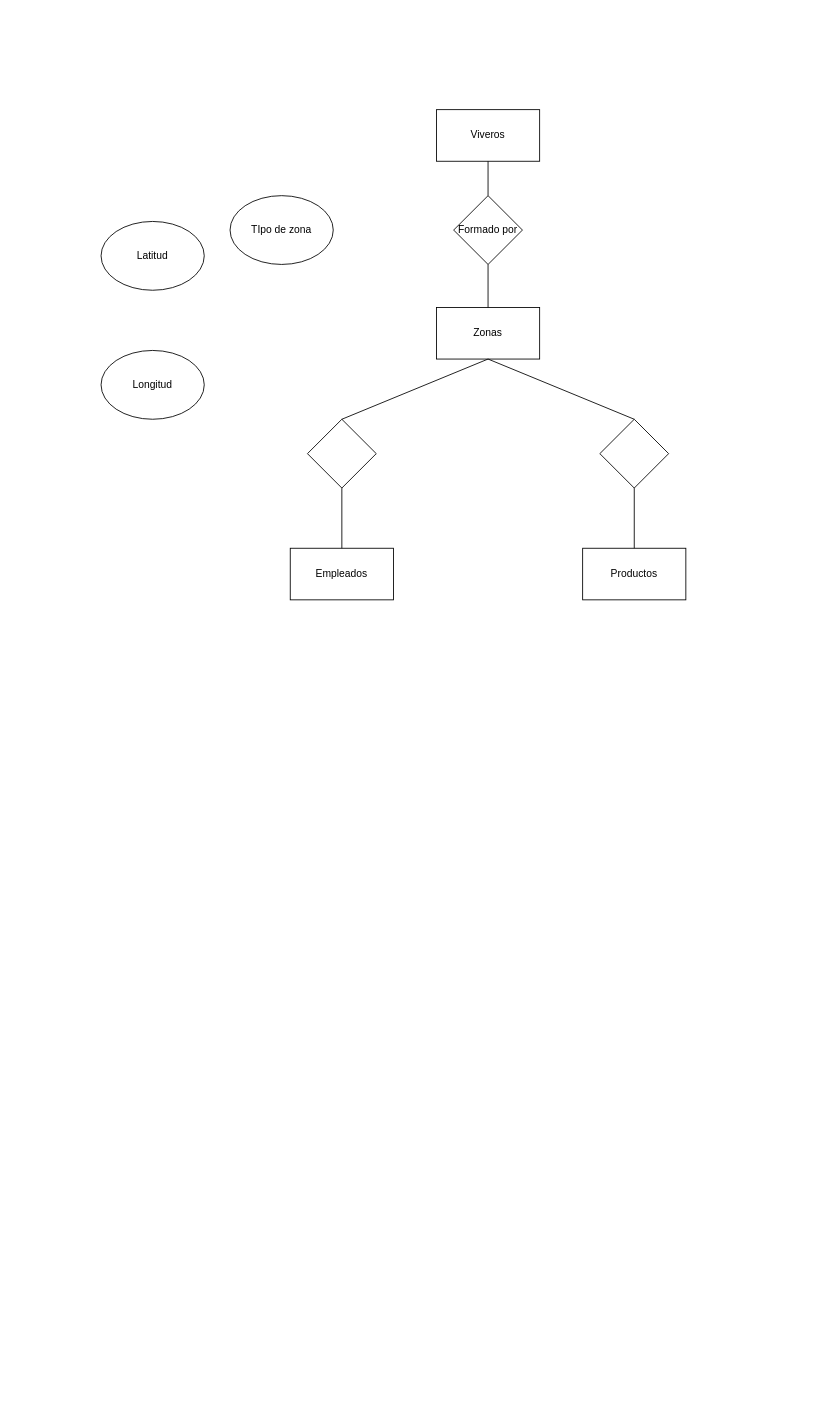
Above: Modelo entidad relacion/viveros.drawio in alu0101101507/ADBD (draw.io), before the change. Source tidied: cells renumbered, new cells numbered last; positions are measured from the earlier drawing's top-left corner, leaving out a move shared by most shapes. Both pictures are drawn from the tidied source at 86%, with x=0, y=0 at pixel (101, 109).
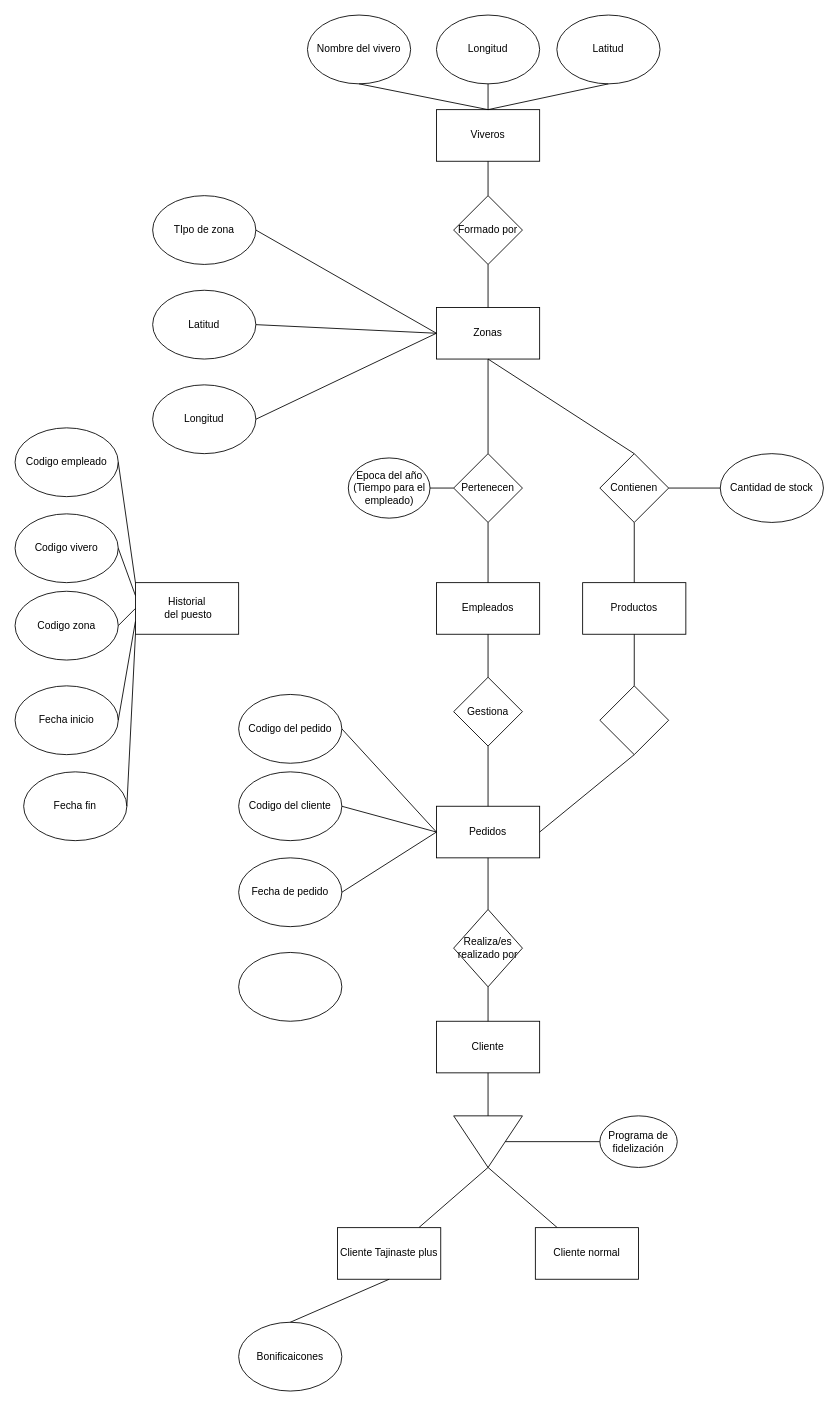
After the change.

Commit message (it also covers changes not shown here):
Actualizar Modelo entidad relacion/viveros.drawio

The change refers to these unchanged cells:
```xml
<mxCell id="2" value="&lt;div&gt;Zonas&lt;/div&gt;" style="rounded=0;whiteSpace=wrap;html=1;" parent="1" vertex="1">
  <mxGeometry x="390" y="230" width="120" height="60" as="geometry" />
</mxCell>
<mxCell id="9" value="Viveros" style="rounded=0;whiteSpace=wrap;html=1;" parent="1" vertex="1">
  <mxGeometry x="390" width="120" height="60" as="geometry" />
</mxCell>
```

Change to the diagram source:
```diff
@@
     <mxCell id="3" value="Latitud" style="ellipse;whiteSpace=wrap;html=1;" parent="1" vertex="1">
-      <mxGeometry y="130" width="120" height="80" as="geometry" />
+      <mxGeometry x="60" y="210" width="120" height="80" as="geometry" />
     </mxCell>
     <mxCell id="4" value="Longitud" style="ellipse;whiteSpace=wrap;html=1;" parent="1" vertex="1">
-      <mxGeometry y="280" width="120" height="80" as="geometry" />
+      <mxGeometry x="60" y="320" width="120" height="80" as="geometry" />
     </mxCell>
     <mxCell id="5" value="Empleados" style="rounded=0;whiteSpace=wrap;html=1;" parent="1" vertex="1">
-      <mxGeometry x="220" y="510" width="120" height="60" as="geometry" />
+      <mxGeometry x="390" y="550" width="120" height="60" as="geometry" />
     </mxCell>
-    <mxCell id="6" style="rhombus;whiteSpace=wrap;html=1;" parent="1" vertex="1">
-      <mxGeometry x="240" y="360" width="80" height="80" as="geometry" />
+    <mxCell id="6" value="&lt;div&gt;Pertenecen&lt;/div&gt;" style="rhombus;whiteSpace=wrap;html=1;" parent="1" vertex="1">
+      <mxGeometry x="410" y="400" width="80" height="80" as="geometry" />
     </mxCell>
@@
     <mxCell id="13" value="TIpo de zona" style="ellipse;whiteSpace=wrap;html=1;" parent="1" vertex="1">
-      <mxGeometry x="150" y="100" width="120" height="80" as="geometry" />
+      <mxGeometry x="60" y="100" width="120" height="80" as="geometry" />
     </mxCell>
     <mxCell id="14" value="&lt;div&gt;Productos&lt;/div&gt;" style="rounded=0;whiteSpace=wrap;html=1;" parent="1" vertex="1">
-      <mxGeometry x="560" y="510" width="120" height="60" as="geometry" />
+      <mxGeometry x="560" y="550" width="120" height="60" as="geometry" />
     </mxCell>
-    <mxCell id="15" style="rhombus;whiteSpace=wrap;html=1;" parent="1" vertex="1">
-      <mxGeometry x="580" y="360" width="80" height="80" as="geometry" />
+    <mxCell id="15" value="Contienen" style="rhombus;whiteSpace=wrap;html=1;" parent="1" vertex="1">
+      <mxGeometry x="580" y="400" width="80" height="80" as="geometry" />
     </mxCell>
@@
+    <mxCell id="18" value="Cantidad de stock" style="ellipse;whiteSpace=wrap;html=1;" parent="1" vertex="1">
+      <mxGeometry x="720" y="400" width="120" height="80" as="geometry" />
+    </mxCell>
+    <mxCell id="19" value="&lt;div&gt;Cliente&lt;/div&gt;" style="rounded=0;whiteSpace=wrap;html=1;" parent="1" vertex="1">
+      <mxGeometry x="390" y="1060" width="120" height="60" as="geometry" />
+    </mxCell>
+    <mxCell id="20" value="&lt;div&gt;Historial&lt;/div&gt;&lt;div&gt;&amp;nbsp;del puesto&lt;/div&gt;" style="rounded=0;whiteSpace=wrap;html=1;" parent="1" vertex="1">
+      <mxGeometry x="40" y="550" width="120" height="60" as="geometry" />
+    </mxCell>
+    <mxCell id="21" value="Codigo empleado" style="ellipse;whiteSpace=wrap;html=1;" parent="1" vertex="1">
+      <mxGeometry x="-100" y="370" width="120" height="80" as="geometry" />
+    </mxCell>
+    <mxCell id="22" value="&lt;div&gt;Codigo vivero&lt;/div&gt;" style="ellipse;whiteSpace=wrap;html=1;" parent="1" vertex="1">
+      <mxGeometry x="-100" y="470" width="120" height="80" as="geometry" />
+    </mxCell>
+    <mxCell id="23" value="Codigo zona" style="ellipse;whiteSpace=wrap;html=1;" parent="1" vertex="1">
+      <mxGeometry x="-100" y="560" width="120" height="80" as="geometry" />
+    </mxCell>
+    <mxCell id="24" value="&lt;div&gt;Fecha inicio&lt;br&gt;&lt;/div&gt;" style="ellipse;whiteSpace=wrap;html=1;" parent="1" vertex="1">
+      <mxGeometry x="-100" y="670" width="120" height="80" as="geometry" />
+    </mxCell>
+    <mxCell id="25" value="Fecha fin" style="ellipse;whiteSpace=wrap;html=1;" parent="1" vertex="1">
+      <mxGeometry x="-90" y="770" width="120" height="80" as="geometry" />
+    </mxCell>
+    <mxCell id="26" style="endArrow=none;html=1;rounded=0;exitX=1;exitY=0.5;exitDx=0;exitDy=0;entryX=0;entryY=0;entryDx=0;entryDy=0;" parent="1" edge="1" source="21" target="20">
+      <mxGeometry relative="1" as="geometry" />
+    </mxCell>
+    <mxCell id="27" style="endArrow=none;html=1;rounded=0;exitX=1;exitY=0.5;exitDx=0;exitDy=0;entryX=0;entryY=0.25;entryDx=0;entryDy=0;" parent="1" edge="1" source="22" target="20">
+      <mxGeometry relative="1" as="geometry" />
+    </mxCell>
+    <mxCell id="28" style="endArrow=none;html=1;rounded=0;exitX=1;exitY=0.5;exitDx=0;exitDy=0;entryX=0;entryY=0.5;entryDx=0;entryDy=0;" parent="1" edge="1" source="23" target="20">
+      <mxGeometry relative="1" as="geometry" />
+    </mxCell>
+    <mxCell id="29" style="endArrow=none;html=1;rounded=0;exitX=1;exitY=0.5;exitDx=0;exitDy=0;entryX=0;entryY=0.75;entryDx=0;entryDy=0;" parent="1" edge="1" source="24" target="20">
+      <mxGeometry relative="1" as="geometry" />
+    </mxCell>
+    <mxCell id="30" style="triangle;whiteSpace=wrap;html=1;direction=south;" parent="1" vertex="1">
+      <mxGeometry x="410" y="1170" width="80" height="60" as="geometry" />
+    </mxCell>
+    <mxCell id="31" style="endArrow=none;html=1;rounded=0;exitX=0.5;exitY=1;exitDx=0;exitDy=0;entryX=0;entryY=0.5;entryDx=0;entryDy=0;" parent="1" edge="1" source="19" target="30">
+      <mxGeometry relative="1" as="geometry" />
+    </mxCell>
+    <mxCell id="32" style="endArrow=none;html=1;rounded=0;exitX=1;exitY=0.5;exitDx=0;exitDy=0;" parent="1" edge="1" source="30" target="35">
+      <mxGeometry relative="1" as="geometry" />
+    </mxCell>
+    <mxCell id="33" style="endArrow=none;html=1;rounded=0;exitX=1;exitY=0.5;exitDx=0;exitDy=0;" parent="1" edge="1" source="30" target="34">
+      <mxGeometry relative="1" as="geometry" />
+    </mxCell>
+    <mxCell id="34" value="Cliente normal" style="rounded=0;whiteSpace=wrap;html=1;" parent="1" vertex="1">
+      <mxGeometry x="505" y="1300" width="120" height="60" as="geometry" />
+    </mxCell>
+    <mxCell id="35" value="Cliente Tajinaste plus" style="rounded=0;whiteSpace=wrap;html=1;" parent="1" vertex="1">
+      <mxGeometry x="275" y="1300" width="120" height="60" as="geometry" />
+    </mxCell>
+    <mxCell id="36" value="Gestiona" style="rhombus;whiteSpace=wrap;html=1;" parent="1" vertex="1">
+      <mxGeometry x="410" y="660" width="80" height="80" as="geometry" />
+    </mxCell>
+    <mxCell id="37" style="endArrow=none;html=1;rounded=0;exitX=0.5;exitY=1;exitDx=0;exitDy=0;entryX=0.5;entryY=0;entryDx=0;entryDy=0;" parent="1" edge="1" source="5" target="36">
+      <mxGeometry relative="1" as="geometry" />
+    </mxCell>
+    <mxCell id="38" value="&lt;div&gt;Pedidos&lt;/div&gt;" style="rounded=0;whiteSpace=wrap;html=1;" parent="1" vertex="1">
+      <mxGeometry x="390" y="810" width="120" height="60" as="geometry" />
+    </mxCell>
+    <mxCell id="39" style="endArrow=none;html=1;rounded=0;exitX=0.5;exitY=1;exitDx=0;exitDy=0;entryX=0.5;entryY=0;entryDx=0;entryDy=0;" parent="1" edge="1" source="36" target="38">
+      <mxGeometry relative="1" as="geometry" />
+    </mxCell>
+    <mxCell id="40" value="Realiza/es realizado por" style="rhombus;whiteSpace=wrap;html=1;" parent="1" vertex="1">
+      <mxGeometry x="410" y="930" width="80" height="90" as="geometry" />
+    </mxCell>
+    <mxCell id="41" style="endArrow=none;html=1;rounded=0;exitX=0.5;exitY=1;exitDx=0;exitDy=0;" parent="1" edge="1" source="38" target="40">
+      <mxGeometry relative="1" as="geometry" />
+    </mxCell>
+    <mxCell id="42" style="endArrow=none;html=1;rounded=0;exitX=0.5;exitY=1;exitDx=0;exitDy=0;entryX=0.5;entryY=0;entryDx=0;entryDy=0;" parent="1" edge="1" source="40" target="19">
+      <mxGeometry relative="1" as="geometry" />
+    </mxCell>
+    <mxCell id="43" style="endArrow=none;html=1;rounded=0;exitX=1;exitY=0.5;exitDx=0;exitDy=0;entryX=0;entryY=0.5;entryDx=0;entryDy=0;" parent="1" edge="1" source="13" target="2">
+      <mxGeometry relative="1" as="geometry" />
+    </mxCell>
+    <mxCell id="44" style="endArrow=none;html=1;rounded=0;exitX=1;exitY=0.5;exitDx=0;exitDy=0;entryX=0;entryY=0.5;entryDx=0;entryDy=0;" parent="1" edge="1" source="3" target="2">
+      <mxGeometry relative="1" as="geometry" />
+    </mxCell>
+    <mxCell id="45" style="endArrow=none;html=1;rounded=0;exitX=1;exitY=0.5;exitDx=0;exitDy=0;entryX=0;entryY=0.5;entryDx=0;entryDy=0;" parent="1" edge="1" source="4" target="2">
+      <mxGeometry relative="1" as="geometry" />
+    </mxCell>
+    <mxCell id="46" value="Latitud" style="ellipse;whiteSpace=wrap;html=1;" parent="1" vertex="1">
+      <mxGeometry x="530" y="-110" width="120" height="80" as="geometry" />
+    </mxCell>
+    <mxCell id="47" value="Longitud" style="ellipse;whiteSpace=wrap;html=1;" parent="1" vertex="1">
+      <mxGeometry x="390" y="-110" width="120" height="80" as="geometry" />
+    </mxCell>
+    <mxCell id="48" style="endArrow=none;html=1;rounded=0;exitX=0.5;exitY=1;exitDx=0;exitDy=0;entryX=0.5;entryY=0;entryDx=0;entryDy=0;" parent="1" edge="1" source="47" target="9">
+      <mxGeometry relative="1" as="geometry" />
+    </mxCell>
+    <mxCell id="49" style="endArrow=none;html=1;rounded=0;exitX=0.5;exitY=1;exitDx=0;exitDy=0;entryX=0.5;entryY=0;entryDx=0;entryDy=0;" parent="1" edge="1" source="46" target="9">
+      <mxGeometry relative="1" as="geometry" />
+    </mxCell>
+    <mxCell id="50" value="&lt;div&gt;Nombre del vivero&lt;/div&gt;" style="ellipse;whiteSpace=wrap;html=1;" parent="1" vertex="1">
+      <mxGeometry x="240" y="-110" width="120" height="80" as="geometry" />
+    </mxCell>
+    <mxCell id="51" style="endArrow=none;html=1;rounded=0;exitX=0.5;exitY=1;exitDx=0;exitDy=0;entryX=0.5;entryY=0;entryDx=0;entryDy=0;" parent="1" edge="1" source="50" target="9">
+      <mxGeometry relative="1" as="geometry" />
+    </mxCell>
+    <mxCell id="52" value="Programa de fidelización " style="ellipse;whiteSpace=wrap;html=1;" parent="1" vertex="1">
+      <mxGeometry x="580" y="1170" width="90" height="60" as="geometry" />
+    </mxCell>
+    <mxCell id="53" style="endArrow=none;html=1;rounded=0;exitX=0.5;exitY=0;exitDx=0;exitDy=0;entryX=0;entryY=0.5;entryDx=0;entryDy=0;" parent="1" edge="1" source="30" target="52">
+      <mxGeometry relative="1" as="geometry" />
+    </mxCell>
+    <mxCell id="54" style="endArrow=none;html=1;rounded=0;entryX=0;entryY=0.5;entryDx=0;entryDy=0;" parent="1" edge="1" target="18">
+      <mxGeometry relative="1" as="geometry">
+        <mxPoint x="660" y="440" as="sourcePoint" />
+      </mxGeometry>
+    </mxCell>
+    <mxCell id="55" value="Codigo del pedido" style="ellipse;whiteSpace=wrap;html=1;" parent="1" vertex="1">
+      <mxGeometry x="160" y="680" width="120" height="80" as="geometry" />
+    </mxCell>
+    <mxCell id="56" value="Codigo del cliente" style="ellipse;whiteSpace=wrap;html=1;" parent="1" vertex="1">
+      <mxGeometry x="160" y="770" width="120" height="80" as="geometry" />
+    </mxCell>
+    <mxCell id="57" value="Fecha de pedido" style="ellipse;whiteSpace=wrap;html=1;" parent="1" vertex="1">
+      <mxGeometry x="160" y="870" width="120" height="80" as="geometry" />
+    </mxCell>
+    <mxCell id="58" style="ellipse;whiteSpace=wrap;html=1;" parent="1" vertex="1">
+      <mxGeometry x="160" y="980" width="120" height="80" as="geometry" />
+    </mxCell>
+    <mxCell id="59" style="endArrow=none;html=1;rounded=0;exitX=1;exitY=0.5;exitDx=0;exitDy=0;entryX=0;entryY=0.5;entryDx=0;entryDy=0;" parent="1" edge="1" source="55" target="38">
+      <mxGeometry relative="1" as="geometry" />
+    </mxCell>
+    <mxCell id="60" style="endArrow=none;html=1;rounded=0;exitX=1;exitY=0.5;exitDx=0;exitDy=0;entryX=0;entryY=0.5;entryDx=0;entryDy=0;" parent="1" edge="1" source="56" target="38">
+      <mxGeometry relative="1" as="geometry" />
+    </mxCell>
+    <mxCell id="61" style="endArrow=none;html=1;rounded=0;exitX=1;exitY=0.5;exitDx=0;exitDy=0;entryX=0;entryY=0.5;entryDx=0;entryDy=0;" parent="1" edge="1" source="57" target="38">
+      <mxGeometry relative="1" as="geometry" />
+    </mxCell>
+    <mxCell id="62" style="endArrow=none;html=1;rounded=0;exitX=1;exitY=0.5;exitDx=0;exitDy=0;entryX=0;entryY=1;entryDx=0;entryDy=0;" parent="1" edge="1" source="25" target="20">
+      <mxGeometry relative="1" as="geometry" />
+    </mxCell>
+    <mxCell id="63" value="&lt;div&gt;Epoca del año&lt;br&gt;(Tiempo para el empleado)&lt;br&gt;&lt;/div&gt;" style="ellipse;whiteSpace=wrap;html=1;" parent="1" vertex="1">
+      <mxGeometry x="287.5" y="405" width="95" height="70" as="geometry" />
+    </mxCell>
+    <mxCell id="64" style="endArrow=none;html=1;rounded=0;exitX=0;exitY=0.5;exitDx=0;exitDy=0;entryX=1;entryY=0.5;entryDx=0;entryDy=0;" parent="1" edge="1" source="6" target="63">
+      <mxGeometry relative="1" as="geometry" />
+    </mxCell>
+    <mxCell id="65" style="endArrow=none;html=1;rounded=0;exitX=0.5;exitY=1;exitDx=0;exitDy=0;" parent="1" edge="1" source="14" target="68">
+      <mxGeometry relative="1" as="geometry" />
+    </mxCell>
+    <mxCell id="66" value="&lt;div&gt;Bonificaicones&lt;/div&gt;" style="ellipse;whiteSpace=wrap;html=1;" parent="1" vertex="1">
+      <mxGeometry x="160" y="1410" width="120" height="80" as="geometry" />
+    </mxCell>
+    <mxCell id="67" style="endArrow=none;html=1;rounded=0;exitX=0.5;exitY=0;exitDx=0;exitDy=0;entryX=0.5;entryY=1;entryDx=0;entryDy=0;" parent="1" edge="1" source="66" target="35">
+      <mxGeometry relative="1" as="geometry" />
+    </mxCell>
+    <mxCell id="68" style="rhombus;whiteSpace=wrap;html=1;" parent="1" vertex="1">
+      <mxGeometry x="580" y="670" width="80" height="80" as="geometry" />
+    </mxCell>
+    <mxCell id="69" style="endArrow=none;html=1;rounded=0;entryX=0.5;entryY=1;entryDx=0;entryDy=0;exitX=1;exitY=0.5;exitDx=0;exitDy=0;" parent="1" edge="1" source="38" target="68">
+      <mxGeometry relative="1" as="geometry" />
+    </mxCell>
```
